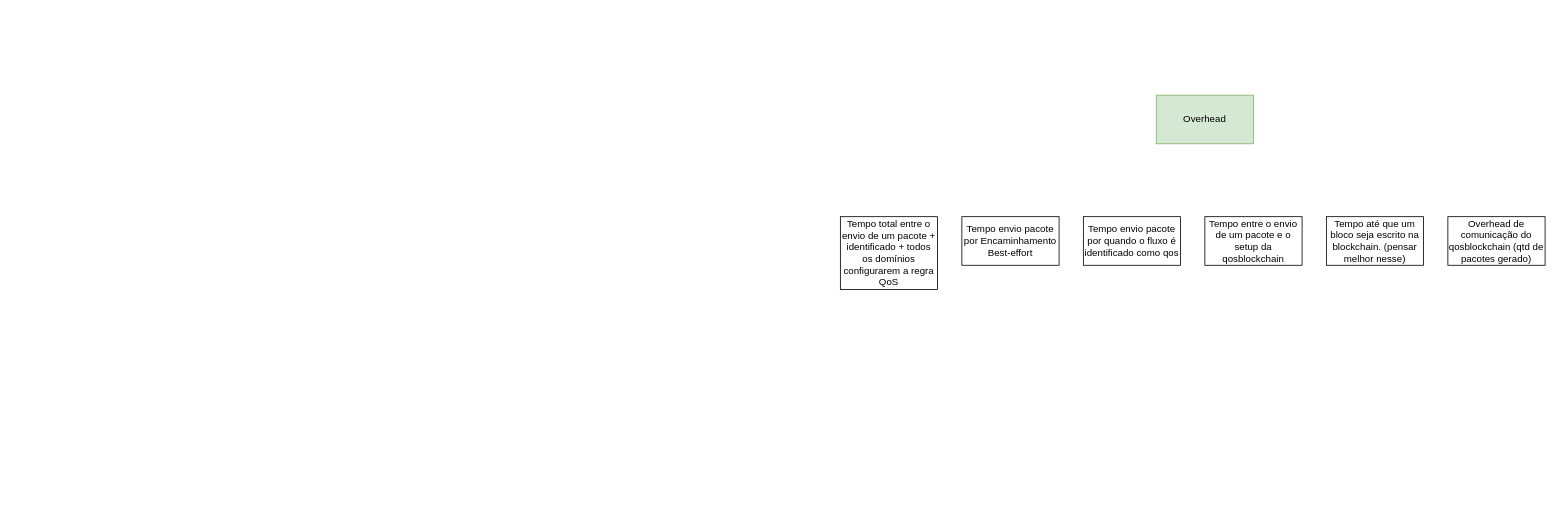
NiltonMocelin/FLOWPRI-SDN2 keeps this draw.io diagram as page "Experimentos" (2 of 9) of planejamento_diario.drawio. Above is the earlier version. Source tidied: cells renumbered, new cells numbered last; positions are measured from the earlier drawing's top-left corner, leaving out a move shared by most shapes. Both pictures are drawn from the tidied source at 81%, with x=0, y=0 at pixel (840, 95).
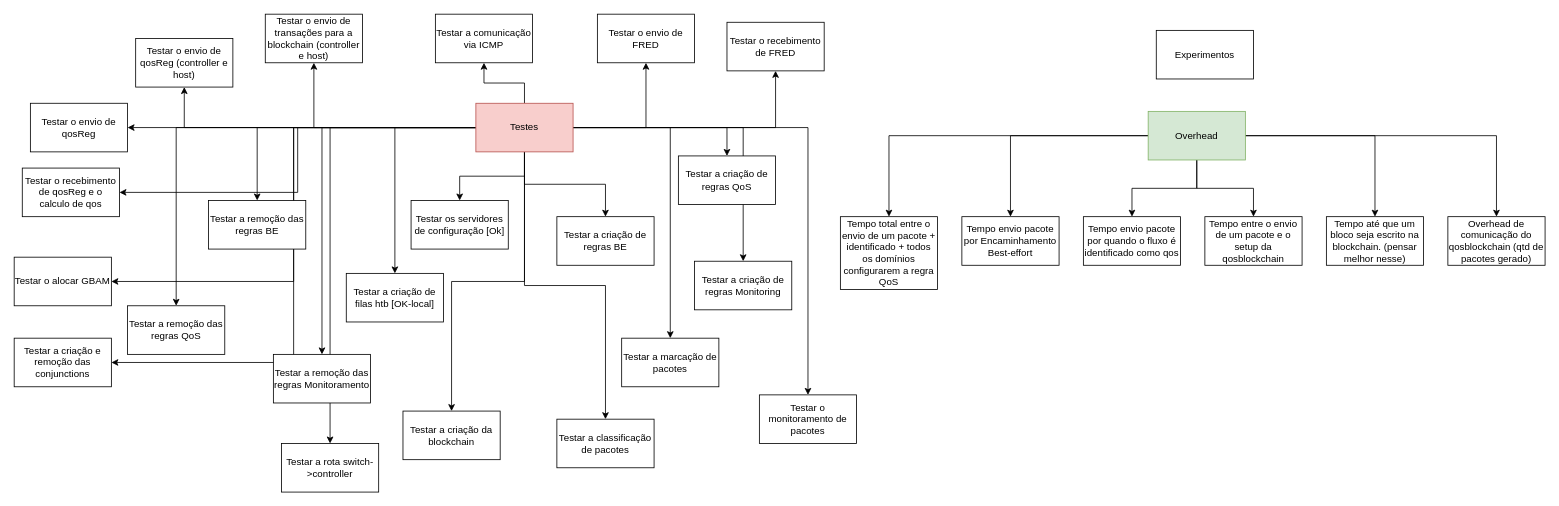
Above is the later version.

Unchanged cells that the change refers to:
```xml
<mxCell id="3" value="Tempo envio pacote por Encaminhamento Best-effort" style="rounded=0;whiteSpace=wrap;html=1;" parent="1" vertex="1">
  <mxGeometry x="150" y="150" width="120" height="60" as="geometry" />
</mxCell>
<mxCell id="4" value="Tempo envio pacote por quando o fluxo é identificado como qos" style="rounded=0;whiteSpace=wrap;html=1;" parent="1" vertex="1">
  <mxGeometry x="300" y="150" width="120" height="60" as="geometry" />
</mxCell>
<mxCell id="5" value="Tempo entre o envio de um pacote e o setup da qosblockchain" style="rounded=0;whiteSpace=wrap;html=1;" parent="1" vertex="1">
  <mxGeometry x="450" y="150" width="120" height="60" as="geometry" />
</mxCell>
<mxCell id="6" value="Tempo até que um bloco seja escrito na blockchain. (pensar melhor nesse)" style="rounded=0;whiteSpace=wrap;html=1;" parent="1" vertex="1">
  <mxGeometry x="600" y="150" width="120" height="60" as="geometry" />
</mxCell>
<mxCell id="7" value="Overhead de comunicação do qosblockchain (qtd de pacotes gerado)" style="rounded=0;whiteSpace=wrap;html=1;" parent="1" vertex="1">
  <mxGeometry x="750" y="150" width="120" height="60" as="geometry" />
</mxCell>
<mxCell id="8" value="Tempo total entre o envio de um pacote + identificado + todos os domínios configurarem a regra QoS" style="rounded=0;whiteSpace=wrap;html=1;" parent="1" vertex="1">
  <mxGeometry y="150" width="120" height="90" as="geometry" />
</mxCell>
```

Diff of the diagram source:
```diff
@@
+    <mxCell id="9" style="edgeStyle=orthogonalEdgeStyle;rounded=0;jettySize=auto;html=1;" parent="1" edge="1" source="2" target="8">
+      <mxGeometry relative="1" as="geometry" />
+    </mxCell>
+    <mxCell id="10" style="edgeStyle=orthogonalEdgeStyle;rounded=0;jettySize=auto;html=1;entryX=0.5;entryY=0;entryDx=0;entryDy=0;" parent="1" edge="1" source="2" target="3">
+      <mxGeometry relative="1" as="geometry" />
+    </mxCell>
+    <mxCell id="11" style="edgeStyle=orthogonalEdgeStyle;rounded=0;jettySize=auto;html=1;entryX=0.5;entryY=0;entryDx=0;entryDy=0;" parent="1" edge="1" source="2" target="4">
+      <mxGeometry relative="1" as="geometry" />
+    </mxCell>
+    <mxCell id="12" style="edgeStyle=orthogonalEdgeStyle;rounded=0;jettySize=auto;html=1;entryX=0.5;entryY=0;entryDx=0;entryDy=0;" parent="1" edge="1" source="2" target="5">
+      <mxGeometry relative="1" as="geometry" />
+    </mxCell>
+    <mxCell id="13" style="edgeStyle=orthogonalEdgeStyle;rounded=0;jettySize=auto;html=1;entryX=0.5;entryY=0;entryDx=0;entryDy=0;" parent="1" edge="1" source="2" target="6">
+      <mxGeometry relative="1" as="geometry" />
+    </mxCell>
+    <mxCell id="14" style="edgeStyle=orthogonalEdgeStyle;rounded=0;jettySize=auto;html=1;entryX=0.5;entryY=0;entryDx=0;entryDy=0;" parent="1" edge="1" source="2" target="7">
+      <mxGeometry relative="1" as="geometry" />
+    </mxCell>
     <mxCell id="2" value="Overhead" style="rounded=0;whiteSpace=wrap;html=1;fillColor=#d5e8d4;strokeColor=#82b366;" parent="1" vertex="1">
-      <mxGeometry x="390" width="120" height="60" as="geometry" />
+      <mxGeometry x="380" y="20" width="120" height="60" as="geometry" />
     </mxCell>
@@
+    <mxCell id="15" style="edgeStyle=orthogonalEdgeStyle;rounded=0;jettySize=auto;html=1;" parent="1" edge="1" source="37" target="38">
+      <mxGeometry relative="1" as="geometry" />
+    </mxCell>
+    <mxCell id="16" style="edgeStyle=orthogonalEdgeStyle;rounded=0;jettySize=auto;html=1;" parent="1" edge="1" source="37" target="39">
+      <mxGeometry relative="1" as="geometry" />
+    </mxCell>
+    <mxCell id="17" style="edgeStyle=orthogonalEdgeStyle;rounded=0;jettySize=auto;html=1;entryX=0.5;entryY=0;entryDx=0;entryDy=0;" parent="1" edge="1" source="37" target="40">
+      <mxGeometry relative="1" as="geometry" />
+    </mxCell>
+    <mxCell id="18" style="edgeStyle=orthogonalEdgeStyle;rounded=0;jettySize=auto;html=1;" parent="1" edge="1" source="37" target="41">
+      <mxGeometry relative="1" as="geometry" />
+    </mxCell>
+    <mxCell id="19" style="edgeStyle=orthogonalEdgeStyle;rounded=0;jettySize=auto;html=1;entryX=0.5;entryY=0;entryDx=0;entryDy=0;" parent="1" edge="1" source="37" target="42">
+      <mxGeometry relative="1" as="geometry" />
+    </mxCell>
+    <mxCell id="20" style="edgeStyle=orthogonalEdgeStyle;rounded=0;jettySize=auto;html=1;" parent="1" edge="1" source="37" target="44">
+      <mxGeometry relative="1" as="geometry" />
+    </mxCell>
+    <mxCell id="21" style="edgeStyle=orthogonalEdgeStyle;rounded=0;jettySize=auto;html=1;" parent="1" edge="1" source="37" target="45">
+      <mxGeometry relative="1" as="geometry" />
+    </mxCell>
+    <mxCell id="22" style="edgeStyle=orthogonalEdgeStyle;rounded=0;jettySize=auto;html=1;" parent="1" edge="1" source="37" target="46">
+      <mxGeometry relative="1" as="geometry" />
+    </mxCell>
+    <mxCell id="23" style="edgeStyle=orthogonalEdgeStyle;rounded=0;jettySize=auto;html=1;" parent="1" edge="1" source="37" target="47">
+      <mxGeometry relative="1" as="geometry" />
+    </mxCell>
+    <mxCell id="24" style="edgeStyle=orthogonalEdgeStyle;rounded=0;jettySize=auto;html=1;" parent="1" edge="1" source="37" target="48">
+      <mxGeometry relative="1" as="geometry" />
+    </mxCell>
+    <mxCell id="25" style="edgeStyle=orthogonalEdgeStyle;rounded=0;jettySize=auto;html=1;" parent="1" edge="1" source="37" target="49">
+      <mxGeometry relative="1" as="geometry" />
+    </mxCell>
+    <mxCell id="26" style="edgeStyle=orthogonalEdgeStyle;rounded=0;jettySize=auto;html=1;" parent="1" edge="1" source="37" target="50">
+      <mxGeometry relative="1" as="geometry" />
+    </mxCell>
+    <mxCell id="27" style="edgeStyle=orthogonalEdgeStyle;rounded=0;jettySize=auto;html=1;" parent="1" edge="1" source="37" target="51">
+      <mxGeometry relative="1" as="geometry" />
+    </mxCell>
+    <mxCell id="28" style="edgeStyle=orthogonalEdgeStyle;rounded=0;jettySize=auto;html=1;entryX=0.5;entryY=1;entryDx=0;entryDy=0;" parent="1" edge="1" source="37" target="52">
+      <mxGeometry relative="1" as="geometry" />
+    </mxCell>
+    <mxCell id="29" style="edgeStyle=orthogonalEdgeStyle;rounded=0;jettySize=auto;html=1;" parent="1" edge="1" source="37" target="53">
+      <mxGeometry relative="1" as="geometry" />
+    </mxCell>
+    <mxCell id="30" style="edgeStyle=orthogonalEdgeStyle;rounded=0;jettySize=auto;html=1;" parent="1" edge="1" source="37" target="54">
+      <mxGeometry relative="1" as="geometry" />
+    </mxCell>
+    <mxCell id="31" style="edgeStyle=orthogonalEdgeStyle;rounded=0;jettySize=auto;html=1;entryX=0.5;entryY=1;entryDx=0;entryDy=0;" parent="1" edge="1" source="37" target="55">
+      <mxGeometry relative="1" as="geometry" />
+    </mxCell>
+    <mxCell id="32" style="edgeStyle=orthogonalEdgeStyle;rounded=0;jettySize=auto;html=1;" parent="1" edge="1" source="37" target="56">
+      <mxGeometry relative="1" as="geometry" />
+    </mxCell>
+    <mxCell id="33" style="edgeStyle=orthogonalEdgeStyle;rounded=0;jettySize=auto;html=1;entryX=1;entryY=0.5;entryDx=0;entryDy=0;" parent="1" edge="1" source="37" target="57">
+      <mxGeometry relative="1" as="geometry" />
+    </mxCell>
+    <mxCell id="34" style="edgeStyle=orthogonalEdgeStyle;rounded=0;jettySize=auto;html=1;entryX=1;entryY=0.5;entryDx=0;entryDy=0;" parent="1" edge="1" source="37" target="58">
+      <mxGeometry relative="1" as="geometry" />
+    </mxCell>
+    <mxCell id="35" style="edgeStyle=orthogonalEdgeStyle;rounded=0;jettySize=auto;html=1;entryX=1;entryY=0.5;entryDx=0;entryDy=0;" parent="1" edge="1" source="37" target="59">
+      <mxGeometry relative="1" as="geometry" />
+    </mxCell>
+    <mxCell id="36" style="edgeStyle=orthogonalEdgeStyle;rounded=0;jettySize=auto;html=1;" parent="1" edge="1" source="37" target="60">
+      <mxGeometry relative="1" as="geometry" />
+    </mxCell>
+    <mxCell id="37" value="Testes" style="rounded=0;whiteSpace=wrap;html=1;fillColor=#f8cecc;strokeColor=#b85450;" parent="1" vertex="1">
+      <mxGeometry x="-450" y="10" width="120" height="60" as="geometry" />
+    </mxCell>
+    <mxCell id="38" value="Testar os servidores de configuração [Ok]" style="rounded=0;whiteSpace=wrap;html=1;" parent="1" vertex="1">
+      <mxGeometry x="-530" y="130" width="120" height="60" as="geometry" />
+    </mxCell>
+    <mxCell id="39" value="Testar a criação de regras BE" style="rounded=0;whiteSpace=wrap;html=1;" parent="1" vertex="1">
+      <mxGeometry x="-350" y="150" width="120" height="60" as="geometry" />
+    </mxCell>
+    <mxCell id="40" value="Testar a criação de regras QoS" style="rounded=0;whiteSpace=wrap;html=1;" parent="1" vertex="1">
+      <mxGeometry x="-200" y="75" width="120" height="60" as="geometry" />
+    </mxCell>
+    <mxCell id="41" value="Testar a criação de regras Monitoring" style="rounded=0;whiteSpace=wrap;html=1;" parent="1" vertex="1">
+      <mxGeometry x="-180" y="205" width="120" height="60" as="geometry" />
+    </mxCell>
+    <mxCell id="42" value="Testar a criação de filas htb [OK-local]" style="rounded=0;whiteSpace=wrap;html=1;" parent="1" vertex="1">
+      <mxGeometry x="-610" y="220" width="120" height="60" as="geometry" />
+    </mxCell>
+    <mxCell id="43" value="Experimentos" style="rounded=0;whiteSpace=wrap;html=1;" parent="1" vertex="1">
+      <mxGeometry x="390" y="-80" width="120" height="60" as="geometry" />
+    </mxCell>
+    <mxCell id="44" value="Testar a remoção das regras BE" style="rounded=0;whiteSpace=wrap;html=1;" parent="1" vertex="1">
+      <mxGeometry x="-780" y="130" width="120" height="60" as="geometry" />
+    </mxCell>
+    <mxCell id="45" value="Testar a remoção das regras QoS" style="rounded=0;whiteSpace=wrap;html=1;" parent="1" vertex="1">
+      <mxGeometry x="-880" y="260" width="120" height="60" as="geometry" />
+    </mxCell>
+    <mxCell id="46" value="Testar a remoção das regras Monitoramento" style="rounded=0;whiteSpace=wrap;html=1;" parent="1" vertex="1">
+      <mxGeometry x="-700" y="320" width="120" height="60" as="geometry" />
+    </mxCell>
+    <mxCell id="47" value="Testar a marcação de pacotes" style="rounded=0;whiteSpace=wrap;html=1;" parent="1" vertex="1">
+      <mxGeometry x="-270" y="300" width="120" height="60" as="geometry" />
+    </mxCell>
+    <mxCell id="48" value="Testar o monitoramento de pacotes" style="rounded=0;whiteSpace=wrap;html=1;" parent="1" vertex="1">
+      <mxGeometry x="-100" y="370" width="120" height="60" as="geometry" />
+    </mxCell>
+    <mxCell id="49" value="Testar a classificação de pacotes" style="rounded=0;whiteSpace=wrap;html=1;" parent="1" vertex="1">
+      <mxGeometry x="-350" y="400" width="120" height="60" as="geometry" />
+    </mxCell>
+    <mxCell id="50" value="Testar a criação da blockchain" style="rounded=0;whiteSpace=wrap;html=1;" parent="1" vertex="1">
+      <mxGeometry x="-540" y="390" width="120" height="60" as="geometry" />
+    </mxCell>
+    <mxCell id="51" value="Testar o envio de transações para a blockchain (controller e host)" style="rounded=0;whiteSpace=wrap;html=1;" parent="1" vertex="1">
+      <mxGeometry x="-710" y="-100" width="120" height="60" as="geometry" />
+    </mxCell>
+    <mxCell id="52" value="Testar a comunicação via ICMP" style="rounded=0;whiteSpace=wrap;html=1;" parent="1" vertex="1">
+      <mxGeometry x="-500" y="-100" width="120" height="60" as="geometry" />
+    </mxCell>
+    <mxCell id="53" value="Testar o envio de FRED" style="rounded=0;whiteSpace=wrap;html=1;" parent="1" vertex="1">
+      <mxGeometry x="-300" y="-100" width="120" height="60" as="geometry" />
+    </mxCell>
+    <mxCell id="54" value="Testar o recebimento de FRED" style="rounded=0;whiteSpace=wrap;html=1;" parent="1" vertex="1">
+      <mxGeometry x="-140" y="-90" width="120" height="60" as="geometry" />
+    </mxCell>
+    <mxCell id="55" value="Testar o envio de qosReg (controller e host)" style="rounded=0;whiteSpace=wrap;html=1;" parent="1" vertex="1">
+      <mxGeometry x="-870" y="-70" width="120" height="60" as="geometry" />
+    </mxCell>
+    <mxCell id="56" value="Testar o envio de qosReg" style="rounded=0;whiteSpace=wrap;html=1;" parent="1" vertex="1">
+      <mxGeometry x="-1000" y="10" width="120" height="60" as="geometry" />
+    </mxCell>
+    <mxCell id="57" value="Testar o recebimento de qosReg e o calculo de qos" style="rounded=0;whiteSpace=wrap;html=1;" parent="1" vertex="1">
+      <mxGeometry x="-1010" y="90" width="120" height="60" as="geometry" />
+    </mxCell>
+    <mxCell id="58" value="Testar o alocar GBAM" style="rounded=0;whiteSpace=wrap;html=1;" parent="1" vertex="1">
+      <mxGeometry x="-1020" y="200" width="120" height="60" as="geometry" />
+    </mxCell>
+    <mxCell id="59" value="Testar a criação e remoção das conjunctions" style="rounded=0;whiteSpace=wrap;html=1;" parent="1" vertex="1">
+      <mxGeometry x="-1020" y="300" width="120" height="60" as="geometry" />
+    </mxCell>
+    <mxCell id="60" value="Testar a rota switch-&amp;gt;controller" style="rounded=0;whiteSpace=wrap;html=1;" parent="1" vertex="1">
+      <mxGeometry x="-690" y="430" width="120" height="60" as="geometry" />
+    </mxCell>
```
